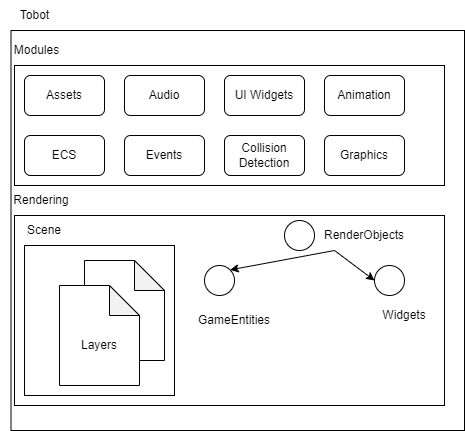
The draw.io diagram assets/tobot_architecture.png in FrederikTobner/tobot-engine, before a commit. Source tidied: cells renumbered, new cells last; positions are measured from the earlier drawing's top-left corner, leaving out a move shared by most shapes.
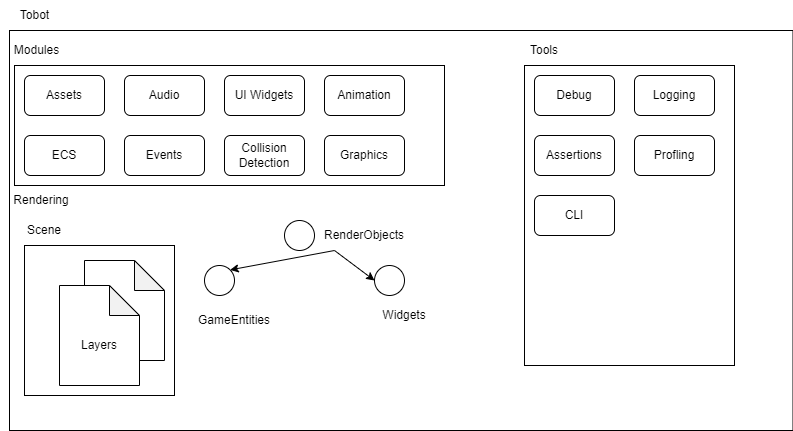
The same file after the commit.

What changed in the source:
```diff
@@ -3,7 +3,7 @@
     <mxCell id="0" />
     <mxCell id="1" parent="0" />
     <mxCell id="2" style="rounded=0;whiteSpace=wrap;html=1;" parent="1" vertex="1">
-      <mxGeometry x="10.5" y="30" width="453.5" height="400" as="geometry" />
+      <mxGeometry x="9" y="30" width="783.5" height="400" as="geometry" />
     </mxCell>
     <mxCell id="3" value="Tobot" style="text;html=1;align=center;verticalAlign=middle;strokeColor=none;fillColor=none;" parent="1" vertex="1">
       <mxGeometry x="9" width="50" height="30" as="geometry" />
@@ -41,9 +41,6 @@
     <mxCell id="14" value="Rendering" style="text;html=1;strokeColor=none;fillColor=none;align=center;verticalAlign=middle;whiteSpace=wrap;rounded=0;" parent="1" vertex="1">
       <mxGeometry x="10.5" y="185" width="60" height="30" as="geometry" />
     </mxCell>
-    <mxCell id="15" style="rounded=0;whiteSpace=wrap;html=1;" parent="1" vertex="1">
-      <mxGeometry x="14" y="215" width="430" height="190" as="geometry" />
-    </mxCell>
     <mxCell id="16" style="whiteSpace=wrap;html=1;" parent="1" vertex="1">
       <mxGeometry x="24" y="245" width="150" height="150" as="geometry" />
     </mxCell>
@@ -83,5 +80,26 @@
     <mxCell id="28" style="endArrow=classic;html=1;rounded=0;entryX=1;entryY=0;entryDx=0;entryDy=0;exitX=0;exitY=1;exitDx=0;exitDy=0;" parent="1" edge="1" source="22" target="23">
       <mxGeometry relative="1" as="geometry" />
     </mxCell>
+    <mxCell id="29" value="Tools" style="text;html=1;strokeColor=none;fillColor=none;align=center;verticalAlign=middle;whiteSpace=wrap;rounded=0;" parent="1" vertex="1">
+      <mxGeometry x="514" y="35" width="60" height="30" as="geometry" />
+    </mxCell>
+    <mxCell id="30" style="rounded=0;whiteSpace=wrap;html=1;" parent="1" vertex="1">
+      <mxGeometry x="524" y="65" width="210" height="300" as="geometry" />
+    </mxCell>
+    <mxCell id="31" value="Debug" style="rounded=1;whiteSpace=wrap;html=1;" parent="1" vertex="1">
+      <mxGeometry x="534" y="75" width="80" height="40" as="geometry" />
+    </mxCell>
+    <mxCell id="32" value="Logging" style="rounded=1;whiteSpace=wrap;html=1;" parent="1" vertex="1">
+      <mxGeometry x="634" y="75" width="80" height="40" as="geometry" />
+    </mxCell>
+    <mxCell id="33" value="Assertions" style="rounded=1;whiteSpace=wrap;html=1;" parent="1" vertex="1">
+      <mxGeometry x="534" y="135" width="80" height="40" as="geometry" />
+    </mxCell>
+    <mxCell id="34" value="Profling" style="rounded=1;whiteSpace=wrap;html=1;" parent="1" vertex="1">
+      <mxGeometry x="634" y="135" width="80" height="40" as="geometry" />
+    </mxCell>
+    <mxCell id="35" value="CLI" style="rounded=1;whiteSpace=wrap;html=1;" parent="1" vertex="1">
+      <mxGeometry x="534" y="195" width="80" height="40" as="geometry" />
+    </mxCell>
   </root>
 </mxGraphModel>
```
